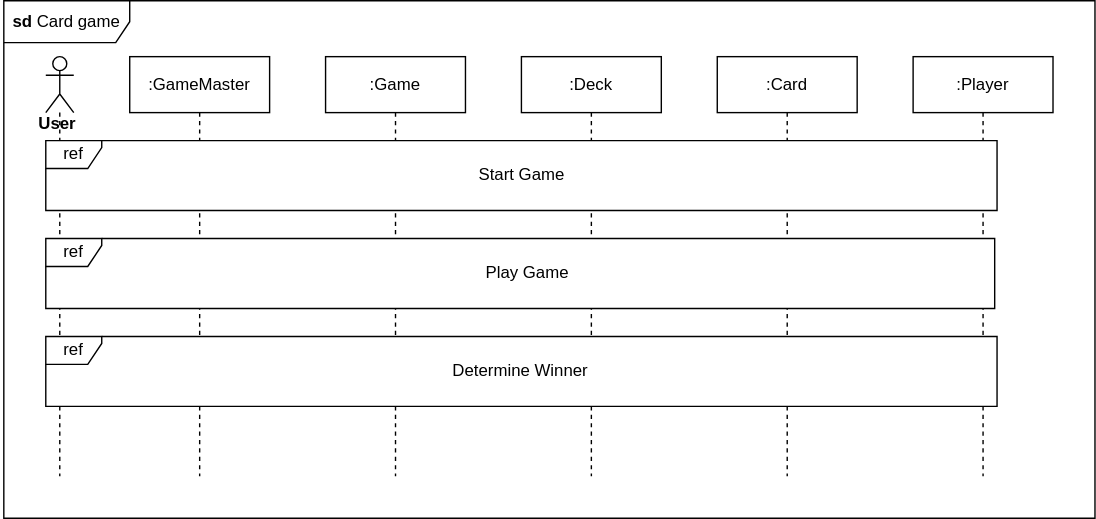
The draw.io diagram assets/sd Card Game.drawio.svg in Morsianeren/DeifExercisePublic, before a commit. Source tidied: cells renumbered, new cells last; positions are measured from the earlier drawing's top-left corner, leaving out a move shared by most shapes.
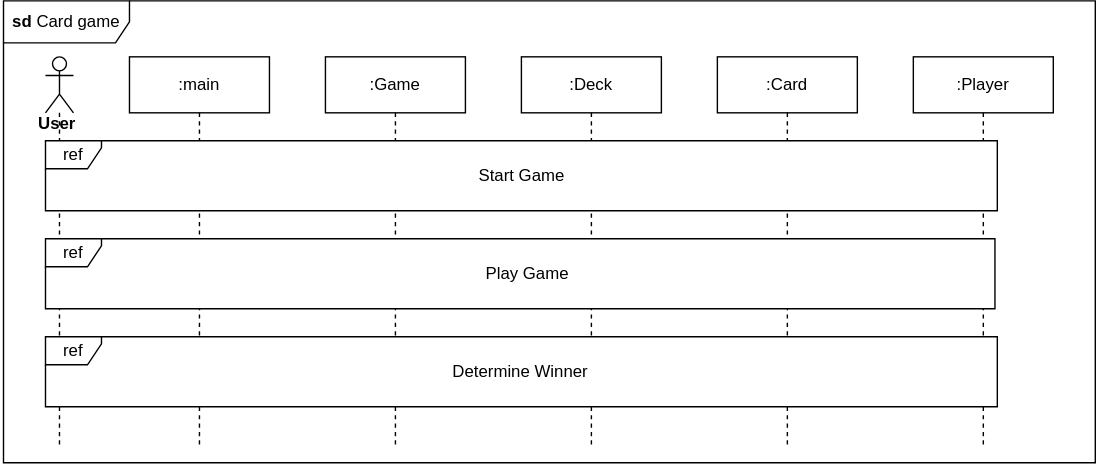
After the change.

What changed in the source:
```diff
@@ -2,23 +2,23 @@
   <root>
     <mxCell id="0" />
     <mxCell id="1" parent="0" />
-    <mxCell id="2" value=":GameMaster" style="shape=umlLifeline;perimeter=lifelinePerimeter;whiteSpace=wrap;html=1;newEdgeStyle={&quot;curved&quot;:0,&quot;rounded&quot;:0};" parent="1" vertex="1">
-      <mxGeometry x="92" y="40" width="100" height="300" as="geometry" />
+    <mxCell id="2" value=":main" style="shape=umlLifeline;perimeter=lifelinePerimeter;whiteSpace=wrap;html=1;newEdgeStyle={&quot;curved&quot;:0,&quot;rounded&quot;:0};" parent="1" vertex="1">
+      <mxGeometry x="92" y="40" width="100" height="280" as="geometry" />
     </mxCell>
     <mxCell id="3" value=":Deck" style="shape=umlLifeline;perimeter=lifelinePerimeter;whiteSpace=wrap;html=1;newEdgeStyle={&quot;edgeStyle&quot;:&quot;elbowEdgeStyle&quot;,&quot;elbow&quot;:&quot;vertical&quot;,&quot;curved&quot;:0,&quot;rounded&quot;:0};" parent="1" vertex="1">
-      <mxGeometry x="372" y="40" width="100" height="300" as="geometry" />
+      <mxGeometry x="372" y="40" width="100" height="280" as="geometry" />
     </mxCell>
     <mxCell id="4" value=":Player" style="shape=umlLifeline;perimeter=lifelinePerimeter;whiteSpace=wrap;html=1;newEdgeStyle={&quot;edgeStyle&quot;:&quot;elbowEdgeStyle&quot;,&quot;elbow&quot;:&quot;vertical&quot;,&quot;curved&quot;:0,&quot;rounded&quot;:0};" parent="1" vertex="1">
-      <mxGeometry x="652" y="40" width="100" height="300" as="geometry" />
+      <mxGeometry x="652" y="40" width="100" height="280" as="geometry" />
     </mxCell>
     <mxCell id="5" value=":Card" style="shape=umlLifeline;perimeter=lifelinePerimeter;whiteSpace=wrap;html=1;newEdgeStyle={&quot;edgeStyle&quot;:&quot;elbowEdgeStyle&quot;,&quot;elbow&quot;:&quot;vertical&quot;,&quot;curved&quot;:0,&quot;rounded&quot;:0};" parent="1" vertex="1">
-      <mxGeometry x="512" y="40" width="100" height="300" as="geometry" />
+      <mxGeometry x="512" y="40" width="100" height="280" as="geometry" />
     </mxCell>
     <mxCell id="6" value=":Game" style="shape=umlLifeline;perimeter=lifelinePerimeter;whiteSpace=wrap;html=1;newEdgeStyle={&quot;edgeStyle&quot;:&quot;elbowEdgeStyle&quot;,&quot;elbow&quot;:&quot;vertical&quot;,&quot;curved&quot;:0,&quot;rounded&quot;:0};" parent="1" vertex="1">
-      <mxGeometry x="232" y="40" width="100" height="300" as="geometry" />
+      <mxGeometry x="232" y="40" width="100" height="280" as="geometry" />
     </mxCell>
     <mxCell id="7" style="shape=umlLifeline;perimeter=lifelinePerimeter;whiteSpace=wrap;html=1;newEdgeStyle={&quot;curved&quot;:0,&quot;rounded&quot;:0};participant=umlActor;" parent="1" vertex="1">
-      <mxGeometry x="32" y="40" width="20" height="300" as="geometry" />
+      <mxGeometry x="32" y="40" width="20" height="280" as="geometry" />
     </mxCell>
     <mxCell id="8" style="group;" parent="1" vertex="1">
       <mxGeometry x="32" y="100" width="680" height="50" as="geometry" />
@@ -51,7 +51,7 @@
       <mxGeometry x="258.3" y="10" width="163.3" height="30" as="geometry" />
     </mxCell>
     <mxCell id="18" value="&lt;b&gt;sd&lt;/b&gt; Card game" style="shape=umlFrame;whiteSpace=wrap;html=1;fillColor=#FFFFFF;gradientColor=none;swimlaneFillColor=none;width=90;height=30;" parent="1" vertex="1">
-      <mxGeometry x="2" width="780" height="370" as="geometry" />
+      <mxGeometry x="2" width="780" height="330" as="geometry" />
     </mxCell>
   </root>
 </mxGraphModel>
```
